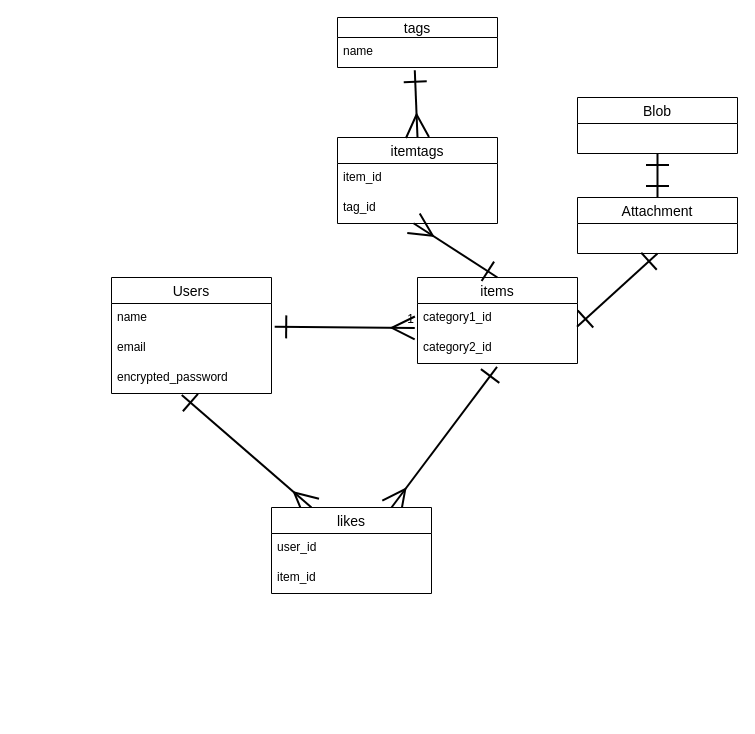
This is ER.dio from ko-dai0102/foodify, a draw.io file, before an edit. Source tidied: cells renumbered, new cells numbered last; positions are measured from the earlier drawing's top-left corner, leaving out a move shared by most shapes. Both pictures are drawn from the tidied source at 100%, with x=0, y=0 at pixel (111, 17).
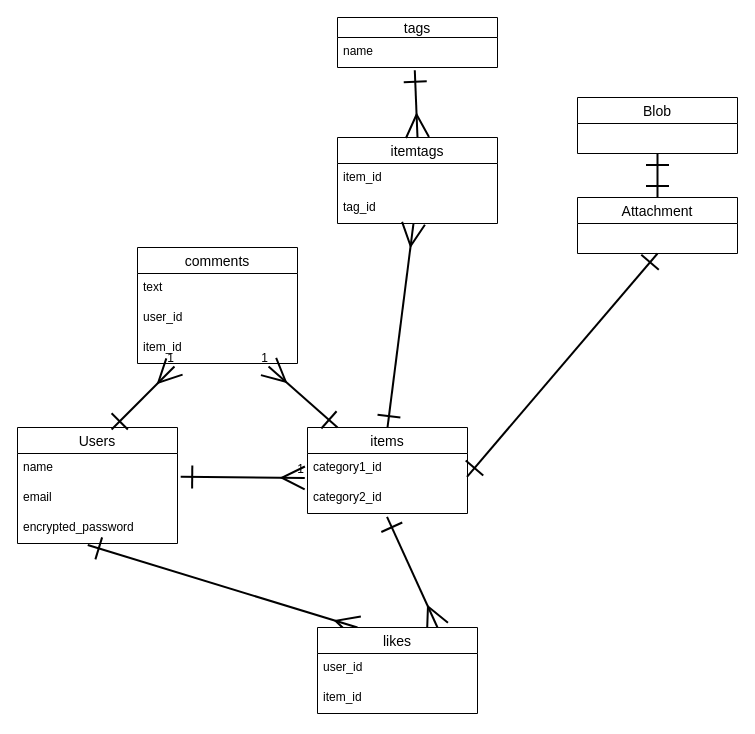
After the change.

What changed in the source:
```diff
@@
     <mxCell id="2" value="Users" style="swimlane;fontStyle=0;horizontal=1;startSize=26;align=center;fontSize=14;" parent="1" vertex="1">
-      <mxGeometry y="260" width="160" height="116" as="geometry" />
+      <mxGeometry x="-94" y="410" width="160" height="116" as="geometry" />
     </mxCell>
@@
     <mxCell id="6" value="items" style="swimlane;fontStyle=0;horizontal=1;startSize=26;align=center;fontSize=14;" parent="1" vertex="1">
-      <mxGeometry x="306" y="260" width="160" height="86" as="geometry" />
+      <mxGeometry x="196" y="410" width="160" height="86" as="geometry" />
     </mxCell>
@@
     <mxCell id="13" value="likes" style="swimlane;fontStyle=0;horizontal=1;startSize=26;align=center;fontSize=14;" parent="1" vertex="1">
-      <mxGeometry x="160" y="490" width="160" height="86" as="geometry" />
+      <mxGeometry x="206" y="610" width="160" height="86" as="geometry" />
     </mxCell>
@@
+    <mxCell id="27" value="comments" style="swimlane;fontStyle=0;horizontal=1;startSize=26;align=center;fontSize=14;" parent="1" vertex="1">
+      <mxGeometry x="26" y="230" width="160" height="116" as="geometry" />
+    </mxCell>
+    <mxCell id="28" value="text" style="text;strokeColor=none;fillColor=none;spacingLeft=4;spacingRight=4;overflow=hidden;fontSize=12;" parent="27" vertex="1">
+      <mxGeometry y="26" width="160" height="30" as="geometry" />
+    </mxCell>
+    <mxCell id="29" value="user_id" style="text;strokeColor=none;fillColor=none;spacingLeft=4;spacingRight=4;overflow=hidden;fontSize=12;" parent="27" vertex="1">
+      <mxGeometry y="56" width="160" height="30" as="geometry" />
+    </mxCell>
+    <mxCell id="30" value="item_id" style="text;strokeColor=none;fillColor=none;spacingLeft=4;spacingRight=4;overflow=hidden;points=[[0,0.5],[1,0.5]];portConstraint=eastwest;fontSize=12;" parent="27" vertex="1">
+      <mxGeometry y="86" width="160" height="30" as="geometry" />
+    </mxCell>
+    <mxCell id="31" style="endArrow=ERmany;html=1;rounded=0;strokeColor=default;strokeWidth=2;endFill=0;endSize=20;exitX=0.588;exitY=0.017;exitDx=0;exitDy=0;startArrow=ERone;startFill=0;startSize=20;entryX=0.231;entryY=1.1;entryDx=0;entryDy=0;exitPerimeter=0;entryPerimeter=0;" parent="1" edge="1" source="2" target="30">
+      <mxGeometry relative="1" as="geometry" />
+    </mxCell>
+    <mxCell id="32" value="1" style="html=1;align=right;verticalAlign=bottom;" parent="31" vertex="1">
+      <mxGeometry x="1" relative="1" as="geometry" />
+    </mxCell>
+    <mxCell id="33" style="endArrow=ERmany;html=1;rounded=0;strokeColor=default;strokeWidth=2;endFill=0;endSize=20;startArrow=ERone;startFill=0;startSize=20;entryX=0.819;entryY=1.1;entryDx=0;entryDy=0;entryPerimeter=0;exitX=0.188;exitY=0;exitDx=0;exitDy=0;exitPerimeter=0;" parent="1" edge="1" source="6" target="30">
+      <mxGeometry relative="1" as="geometry" />
+    </mxCell>
+    <mxCell id="34" value="1" style="html=1;align=right;verticalAlign=bottom;" parent="33" vertex="1">
+      <mxGeometry x="1" relative="1" as="geometry" />
+    </mxCell>
```
